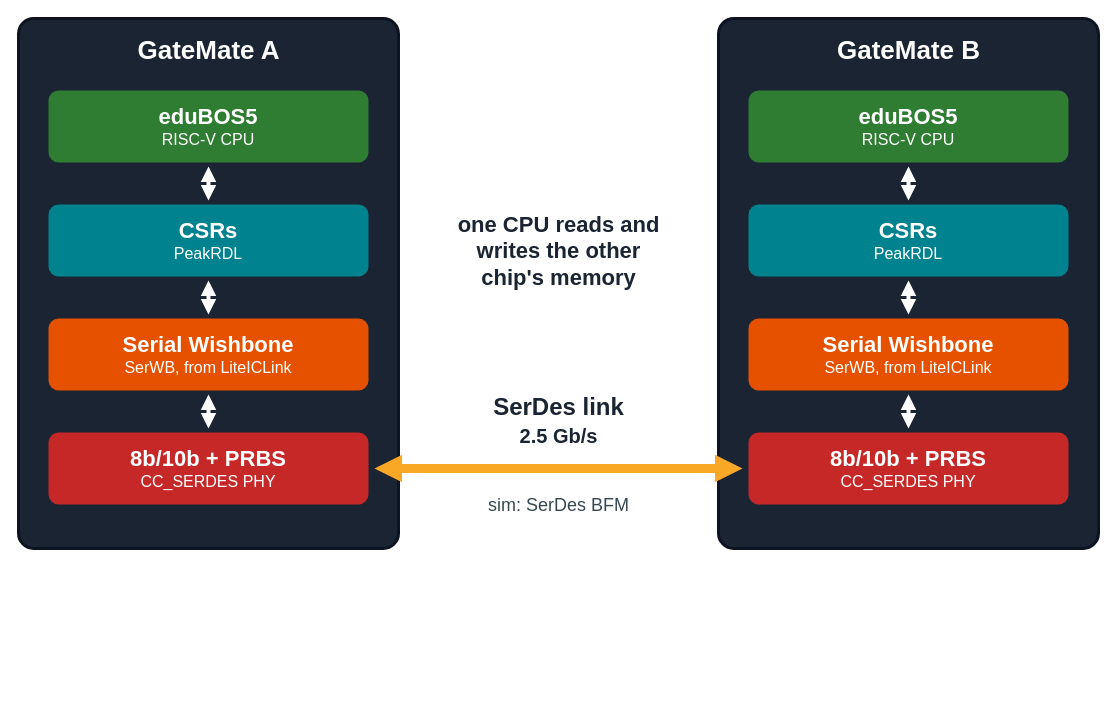
This is 7.SerDes/0.doc/iclink-flagship.drawio from chili-chips-ba/openCologne, a draw.io file, before an edit. Source tidied: cells renumbered, new cells numbered last; positions are measured from the earlier drawing's top-left corner, leaving out a move shared by most shapes. Both pictures are drawn from the tidied source at 100%, with x=0, y=0 at pixel (18, 18). Pictures stored in the file or linked from it are replaced by grey dashed boxes.
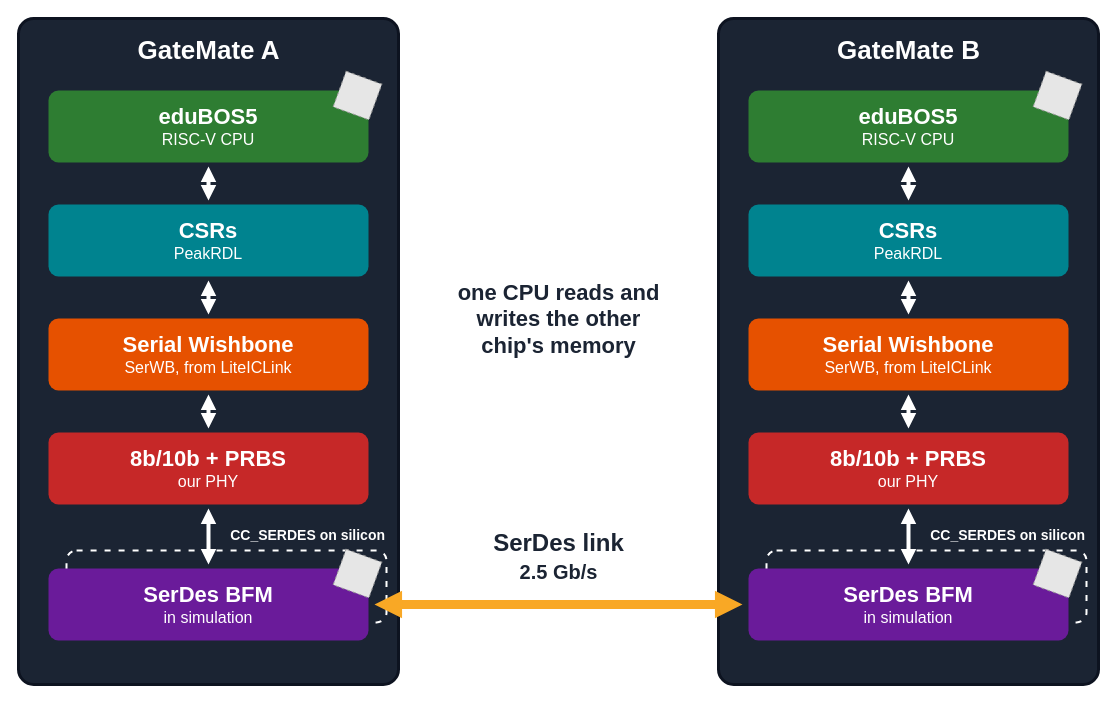
The same page after the edit.

Commit message (it also covers changes not shown here):
README: flagship picture with eduBOS5 and SerDes BFM peppers

The SerDes BFM sits in front of a dotted CC_SERDES (the hard macro on
silicon); small peppers mark our eduBOS5 and BFM.

The edit, as a diff of the source:
```diff
@@
     <mxCell id="2" style="rounded=1;arcSize=4;fillColor=#1b2433;strokeColor=#0d1320;strokeWidth=3;" parent="1" vertex="1">
-      <mxGeometry width="380" height="530" as="geometry" />
+      <mxGeometry width="380" height="666" as="geometry" />
     </mxCell>
@@
-    <mxCell id="9" value="&lt;b style='font-size:22px'&gt;8b/10b + PRBS&lt;/b&gt;&lt;br&gt;&lt;span style='font-size:16px'&gt;CC_SERDES PHY&lt;/span&gt;" style="rounded=1;arcSize=14;fillColor=#c62828;strokeColor=none;fontColor=#ffffff;html=1;whiteSpace=wrap;fontFamily=Helvetica;" parent="1" vertex="1">
+    <mxCell id="9" value="&lt;b style='font-size:22px'&gt;8b/10b + PRBS&lt;/b&gt;&lt;br&gt;&lt;span style='font-size:16px'&gt;our PHY&lt;/span&gt;" style="rounded=1;arcSize=14;fillColor=#c62828;strokeColor=none;fontColor=#ffffff;html=1;whiteSpace=wrap;fontFamily=Helvetica;" parent="1" vertex="1">
       <mxGeometry x="30" y="414" width="320" height="72" as="geometry" />
     </mxCell>
@@
-    <mxCell id="11" style="rounded=1;arcSize=4;fillColor=#1b2433;strokeColor=#0d1320;strokeWidth=3;" parent="1" vertex="1">
-      <mxGeometry x="700" width="380" height="530" as="geometry" />
+    <mxCell id="11" style="fillColor=#E6E6E6;strokeColor=#999999;dashed=1;rotation=20;" parent="1" vertex="1">
+      <mxGeometry x="320" y="58" width="38" height="38" as="geometry" />
     </mxCell>
-    <mxCell id="12" value="GateMate B" style="text;html=1;align=center;verticalAlign=middle;fontSize=26;fontStyle=1;fontColor=#ffffff;fontFamily=Helvetica;" parent="1" vertex="1">
-      <mxGeometry x="700" y="14" width="380" height="36" as="geometry" />
+    <mxCell id="12" style="rounded=1;arcSize=14;fillColor=none;strokeColor=#ffffff;strokeWidth=2;dashed=1;dashPattern=3 4;" parent="1" vertex="1">
+      <mxGeometry x="48" y="532" width="320" height="72" as="geometry" />
     </mxCell>
-    <mxCell id="13" value="&lt;b style='font-size:22px'&gt;eduBOS5&lt;/b&gt;&lt;br&gt;&lt;span style='font-size:16px'&gt;RISC-V CPU&lt;/span&gt;" style="rounded=1;arcSize=14;fillColor=#2e7d32;strokeColor=none;fontColor=#ffffff;html=1;whiteSpace=wrap;fontFamily=Helvetica;" parent="1" vertex="1">
-      <mxGeometry x="730" y="72" width="320" height="72" as="geometry" />
+    <mxCell id="13" value="CC_SERDES on silicon" style="text;html=1;align=right;verticalAlign=middle;fontSize=14;fontStyle=1;fontColor=#ffffff;fontFamily=Helvetica;" parent="1" vertex="1">
+      <mxGeometry x="206" y="506" width="162" height="22" as="geometry" />
     </mxCell>
-    <mxCell id="14" value="&lt;b style='font-size:22px'&gt;CSRs&lt;/b&gt;&lt;br&gt;&lt;span style='font-size:16px'&gt;PeakRDL&lt;/span&gt;" style="rounded=1;arcSize=14;fillColor=#00838f;strokeColor=none;fontColor=#ffffff;html=1;whiteSpace=wrap;fontFamily=Helvetica;" parent="1" vertex="1">
-      <mxGeometry x="730" y="186" width="320" height="72" as="geometry" />
+    <mxCell id="14" value="&lt;b style='font-size:22px'&gt;SerDes BFM&lt;/b&gt;&lt;br&gt;&lt;span style='font-size:16px'&gt;in simulation&lt;/span&gt;" style="rounded=1;arcSize=14;fillColor=#6a1b9a;strokeColor=none;fontColor=#ffffff;html=1;whiteSpace=wrap;fontFamily=Helvetica;" parent="1" vertex="1">
+      <mxGeometry x="30" y="550" width="320" height="72" as="geometry" />
     </mxCell>
-    <mxCell id="15" style="endArrow=block;endFill=1;endSize=5;startArrow=block;startFill=1;startSize=5;strokeColor=#ffffff;strokeWidth=4;edgeStyle=none;html=1;" parent="1" edge="1">
-      <mxGeometry relative="1" as="geometry">
-        <mxPoint x="890" y="148" as="sourcePoint" />
-        <mxPoint x="890" y="182" as="targetPoint" />
-      </mxGeometry>
+    <mxCell id="15" style="fillColor=#E6E6E6;strokeColor=#999999;dashed=1;rotation=20;" parent="1" vertex="1">
+      <mxGeometry x="320" y="536" width="38" height="38" as="geometry" />
     </mxCell>
-    <mxCell id="16" value="&lt;b style='font-size:22px'&gt;Serial Wishbone&lt;/b&gt;&lt;br&gt;&lt;span style='font-size:16px'&gt;SerWB, from LiteICLink&lt;/span&gt;" style="rounded=1;arcSize=14;fillColor=#e65100;strokeColor=none;fontColor=#ffffff;html=1;whiteSpace=wrap;fontFamily=Helvetica;" parent="1" vertex="1">
-      <mxGeometry x="730" y="300" width="320" height="72" as="geometry" />
+    <mxCell id="16" style="endArrow=block;endFill=1;endSize=5;startArrow=block;startFill=1;startSize=5;strokeColor=#ffffff;strokeWidth=4;edgeStyle=none;html=1;" parent="1" edge="1">
+      <mxGeometry relative="1" as="geometry">
+        <mxPoint x="190" y="490" as="sourcePoint" />
+        <mxPoint x="190" y="546" as="targetPoint" />
+      </mxGeometry>
     </mxCell>
-    <mxCell id="17" style="endArrow=block;endFill=1;endSize=5;startArrow=block;startFill=1;startSize=5;strokeColor=#ffffff;strokeWidth=4;edgeStyle=none;html=1;" parent="1" edge="1">
-      <mxGeometry relative="1" as="geometry">
-        <mxPoint x="890" y="262" as="sourcePoint" />
-        <mxPoint x="890" y="296" as="targetPoint" />
-      </mxGeometry>
+    <mxCell id="17" style="rounded=1;arcSize=4;fillColor=#1b2433;strokeColor=#0d1320;strokeWidth=3;" parent="1" vertex="1">
+      <mxGeometry x="700" width="380" height="666" as="geometry" />
     </mxCell>
-    <mxCell id="18" value="&lt;b style='font-size:22px'&gt;8b/10b + PRBS&lt;/b&gt;&lt;br&gt;&lt;span style='font-size:16px'&gt;CC_SERDES PHY&lt;/span&gt;" style="rounded=1;arcSize=14;fillColor=#c62828;strokeColor=none;fontColor=#ffffff;html=1;whiteSpace=wrap;fontFamily=Helvetica;" parent="1" vertex="1">
-      <mxGeometry x="730" y="414" width="320" height="72" as="geometry" />
+    <mxCell id="18" value="GateMate B" style="text;html=1;align=center;verticalAlign=middle;fontSize=26;fontStyle=1;fontColor=#ffffff;fontFamily=Helvetica;" parent="1" vertex="1">
+      <mxGeometry x="700" y="14" width="380" height="36" as="geometry" />
     </mxCell>
-    <mxCell id="19" style="endArrow=block;endFill=1;endSize=5;startArrow=block;startFill=1;startSize=5;strokeColor=#ffffff;strokeWidth=4;edgeStyle=none;html=1;" parent="1" edge="1">
-      <mxGeometry relative="1" as="geometry">
-        <mxPoint x="890" y="376" as="sourcePoint" />
-        <mxPoint x="890" y="410" as="targetPoint" />
-      </mxGeometry>
+    <mxCell id="19" value="&lt;b style='font-size:22px'&gt;eduBOS5&lt;/b&gt;&lt;br&gt;&lt;span style='font-size:16px'&gt;RISC-V CPU&lt;/span&gt;" style="rounded=1;arcSize=14;fillColor=#2e7d32;strokeColor=none;fontColor=#ffffff;html=1;whiteSpace=wrap;fontFamily=Helvetica;" parent="1" vertex="1">
+      <mxGeometry x="730" y="72" width="320" height="72" as="geometry" />
     </mxCell>
-    <mxCell id="20" style="endArrow=block;endFill=1;endSize=4;startArrow=block;startFill=1;startSize=4;strokeColor=#f9a825;strokeWidth=9;edgeStyle=none;html=1;" parent="1" edge="1">
-      <mxGeometry relative="1" as="geometry">
-        <mxPoint x="356" y="450" as="sourcePoint" />
-        <mxPoint x="724" y="450" as="targetPoint" />
-      </mxGeometry>
+    <mxCell id="20" value="&lt;b style='font-size:22px'&gt;CSRs&lt;/b&gt;&lt;br&gt;&lt;span style='font-size:16px'&gt;PeakRDL&lt;/span&gt;" style="rounded=1;arcSize=14;fillColor=#00838f;strokeColor=none;fontColor=#ffffff;html=1;whiteSpace=wrap;fontFamily=Helvetica;" parent="1" vertex="1">
+      <mxGeometry x="730" y="186" width="320" height="72" as="geometry" />
     </mxCell>
-    <mxCell id="21" value="SerDes link" style="text;html=1;align=center;verticalAlign=middle;fontSize=24;fontStyle=1;fontColor=#1b2433;fontFamily=Helvetica;" parent="1" vertex="1">
-      <mxGeometry x="390" y="374" width="300" height="30" as="geometry" />
+    <mxCell id="21" style="endArrow=block;endFill=1;endSize=5;startArrow=block;startFill=1;startSize=5;strokeColor=#ffffff;strokeWidth=4;edgeStyle=none;html=1;" parent="1" edge="1">
+      <mxGeometry relative="1" as="geometry">
+        <mxPoint x="890" y="148" as="sourcePoint" />
+        <mxPoint x="890" y="182" as="targetPoint" />
+      </mxGeometry>
     </mxCell>
-    <mxCell id="22" value="2.5 Gb/s" style="text;html=1;align=center;verticalAlign=middle;fontSize=20;fontStyle=1;fontColor=#1b2433;fontFamily=Helvetica;" parent="1" vertex="1">
-      <mxGeometry x="390" y="404" width="300" height="26" as="geometry" />
+    <mxCell id="22" value="&lt;b style='font-size:22px'&gt;Serial Wishbone&lt;/b&gt;&lt;br&gt;&lt;span style='font-size:16px'&gt;SerWB, from LiteICLink&lt;/span&gt;" style="rounded=1;arcSize=14;fillColor=#e65100;strokeColor=none;fontColor=#ffffff;html=1;whiteSpace=wrap;fontFamily=Helvetica;" parent="1" vertex="1">
+      <mxGeometry x="730" y="300" width="320" height="72" as="geometry" />
     </mxCell>
-    <mxCell id="23" value="sim: SerDes BFM" style="text;html=1;align=center;verticalAlign=middle;fontSize=18;fontStyle=0;fontColor=#37474f;fontFamily=Helvetica;" parent="1" vertex="1">
-      <mxGeometry x="390" y="474" width="300" height="26" as="geometry" />
+    <mxCell id="23" style="endArrow=block;endFill=1;endSize=5;startArrow=block;startFill=1;startSize=5;strokeColor=#ffffff;strokeWidth=4;edgeStyle=none;html=1;" parent="1" edge="1">
+      <mxGeometry relative="1" as="geometry">
+        <mxPoint x="890" y="262" as="sourcePoint" />
+        <mxPoint x="890" y="296" as="targetPoint" />
+      </mxGeometry>
     </mxCell>
-    <mxCell id="24" value="one CPU reads and&lt;br&gt;writes the other&lt;br&gt;chip's memory" style="text;html=1;align=center;verticalAlign=middle;fontSize=22;fontStyle=1;fontColor=#1b2433;fontFamily=Helvetica;" parent="1" vertex="1">
-      <mxGeometry x="390" y="188" width="300" height="90" as="geometry" />
+    <mxCell id="24" value="&lt;b style='font-size:22px'&gt;8b/10b + PRBS&lt;/b&gt;&lt;br&gt;&lt;span style='font-size:16px'&gt;our PHY&lt;/span&gt;" style="rounded=1;arcSize=14;fillColor=#c62828;strokeColor=none;fontColor=#ffffff;html=1;whiteSpace=wrap;fontFamily=Helvetica;" parent="1" vertex="1">
+      <mxGeometry x="730" y="414" width="320" height="72" as="geometry" />
     </mxCell>
+    <mxCell id="25" style="endArrow=block;endFill=1;endSize=5;startArrow=block;startFill=1;startSize=5;strokeColor=#ffffff;strokeWidth=4;edgeStyle=none;html=1;" parent="1" edge="1">
+      <mxGeometry relative="1" as="geometry">
+        <mxPoint x="890" y="376" as="sourcePoint" />
+        <mxPoint x="890" y="410" as="targetPoint" />
+      </mxGeometry>
+    </mxCell>
+    <mxCell id="26" style="fillColor=#E6E6E6;strokeColor=#999999;dashed=1;rotation=20;" parent="1" vertex="1">
+      <mxGeometry x="1020" y="58" width="38" height="38" as="geometry" />
+    </mxCell>
+    <mxCell id="27" style="rounded=1;arcSize=14;fillColor=none;strokeColor=#ffffff;strokeWidth=2;dashed=1;dashPattern=3 4;" parent="1" vertex="1">
+      <mxGeometry x="748" y="532" width="320" height="72" as="geometry" />
+    </mxCell>
+    <mxCell id="28" value="CC_SERDES on silicon" style="text;html=1;align=right;verticalAlign=middle;fontSize=14;fontStyle=1;fontColor=#ffffff;fontFamily=Helvetica;" parent="1" vertex="1">
+      <mxGeometry x="906" y="506" width="162" height="22" as="geometry" />
+    </mxCell>
+    <mxCell id="29" value="&lt;b style='font-size:22px'&gt;SerDes BFM&lt;/b&gt;&lt;br&gt;&lt;span style='font-size:16px'&gt;in simulation&lt;/span&gt;" style="rounded=1;arcSize=14;fillColor=#6a1b9a;strokeColor=none;fontColor=#ffffff;html=1;whiteSpace=wrap;fontFamily=Helvetica;" parent="1" vertex="1">
+      <mxGeometry x="730" y="550" width="320" height="72" as="geometry" />
+    </mxCell>
+    <mxCell id="30" style="fillColor=#E6E6E6;strokeColor=#999999;dashed=1;rotation=20;" parent="1" vertex="1">
+      <mxGeometry x="1020" y="536" width="38" height="38" as="geometry" />
+    </mxCell>
+    <mxCell id="31" style="endArrow=block;endFill=1;endSize=5;startArrow=block;startFill=1;startSize=5;strokeColor=#ffffff;strokeWidth=4;edgeStyle=none;html=1;" parent="1" edge="1">
+      <mxGeometry relative="1" as="geometry">
+        <mxPoint x="890" y="490" as="sourcePoint" />
+        <mxPoint x="890" y="546" as="targetPoint" />
+      </mxGeometry>
+    </mxCell>
+    <mxCell id="32" style="endArrow=block;endFill=1;endSize=4;startArrow=block;startFill=1;startSize=4;strokeColor=#f9a825;strokeWidth=9;edgeStyle=none;html=1;" parent="1" edge="1">
+      <mxGeometry relative="1" as="geometry">
+        <mxPoint x="356" y="586" as="sourcePoint" />
+        <mxPoint x="724" y="586" as="targetPoint" />
+      </mxGeometry>
+    </mxCell>
+    <mxCell id="33" value="SerDes link" style="text;html=1;align=center;verticalAlign=middle;fontSize=24;fontStyle=1;fontColor=#1b2433;fontFamily=Helvetica;" parent="1" vertex="1">
+      <mxGeometry x="390" y="510" width="300" height="30" as="geometry" />
+    </mxCell>
+    <mxCell id="34" value="2.5 Gb/s" style="text;html=1;align=center;verticalAlign=middle;fontSize=20;fontStyle=1;fontColor=#1b2433;fontFamily=Helvetica;" parent="1" vertex="1">
+      <mxGeometry x="390" y="540" width="300" height="26" as="geometry" />
+    </mxCell>
+    <mxCell id="35" value="one CPU reads and&lt;br&gt;writes the other&lt;br&gt;chip's memory" style="text;html=1;align=center;verticalAlign=middle;fontSize=22;fontStyle=1;fontColor=#1b2433;fontFamily=Helvetica;" parent="1" vertex="1">
+      <mxGeometry x="390" y="256" width="300" height="90" as="geometry" />
+    </mxCell>
```
